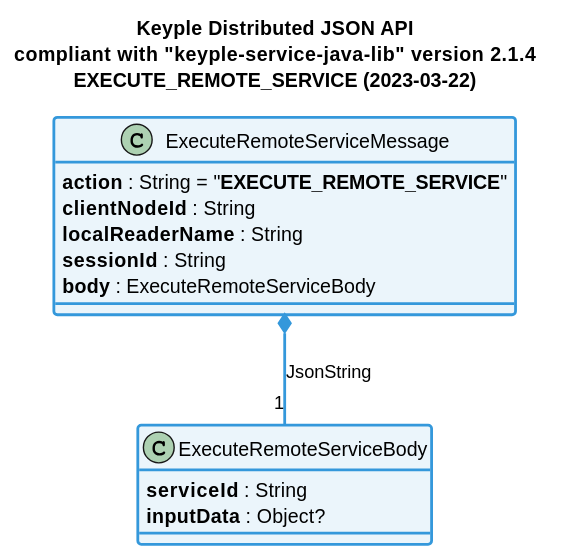
eclipse-keyple/keyple-website keeps this PlantUML diagram as static/media/learn/user-guide/distributed-json-api/distributedJsonApi_classDiagram_executeRemoteService.svg. Above is the earlier version.
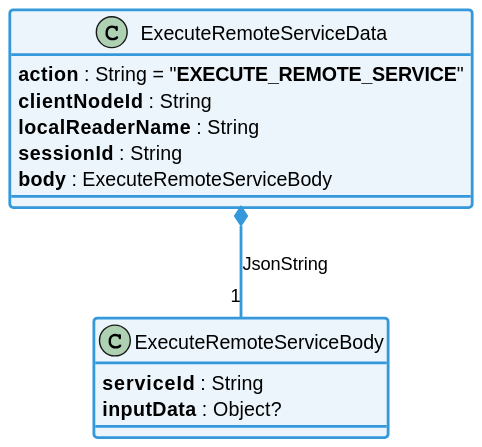
The same diagram one commit later.

Diff of the diagram source:
```diff
@@ -1,9 +1,4 @@
 @startuml
-title
-    Keyple Distributed JSON API
-    compliant with "keyple-service-java-lib" version 2.1.4
-    EXECUTE_REMOTE_SERVICE (2023-03-22)
-end title
 
 
 !define C_GREY1 F8F9F9
@@ -42,7 +37,7 @@
 hide <<grey>> stereotype
 
 
-class ExecuteRemoteServiceMessage {
+class ExecuteRemoteServiceData {
     **action** : String = "**EXECUTE_REMOTE_SERVICE**"
     **clientNodeId** : String
     **localReaderName** : String
@@ -55,11 +50,11 @@
 }
 
 
-ExecuteRemoteServiceMessage *-- "1" ExecuteRemoteServiceBody #C_LINK : JsonString
+ExecuteRemoteServiceData *-- "1" ExecuteRemoteServiceBody #C_LINK : JsonString
 
 
 
 
-class ExecuteRemoteServiceMessage <<blue>>
+class ExecuteRemoteServiceData <<blue>>
 class ExecuteRemoteServiceBody <<blue>>
 @enduml
```
